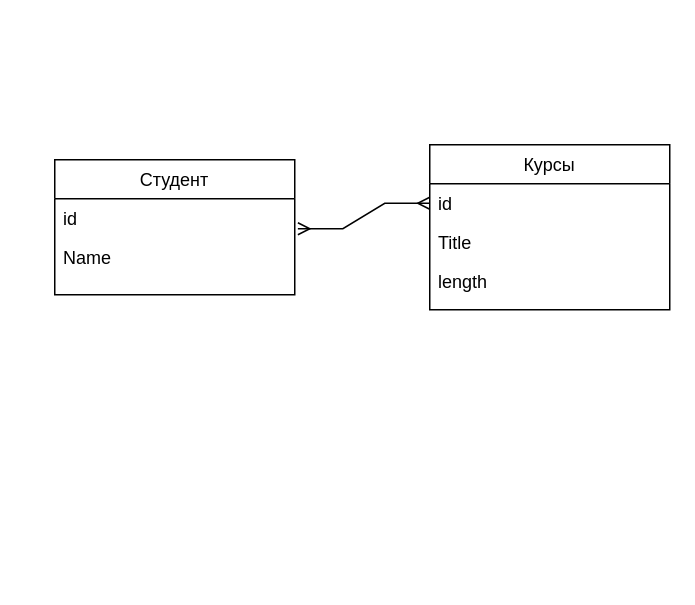
Above: ER схема для тестового.drawio in pytonuserouner/UML_study (draw.io), before the change. Source tidied: cells renumbered, new cells numbered last; positions are measured from the earlier drawing's top-left corner, leaving out a move shared by most shapes. Both pictures are drawn from the tidied source at 150%, with x=0, y=0 at pixel (54, 144).
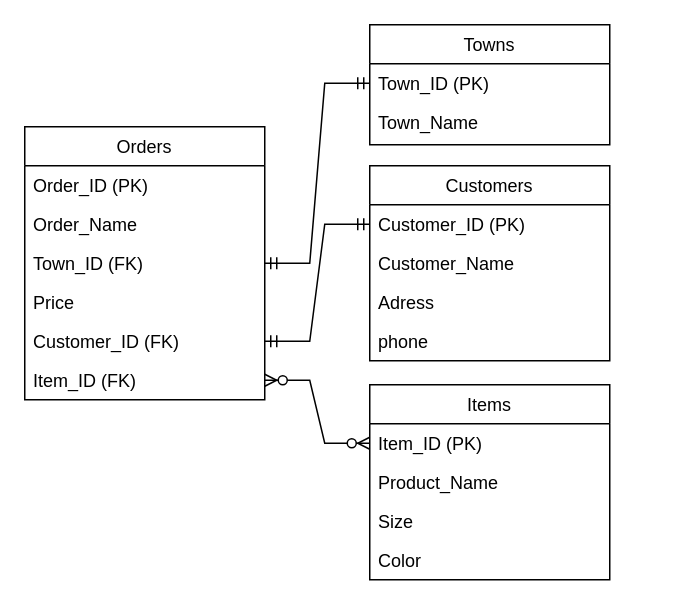
Above is the later version.

The edit, as a diff of the source:
```diff
@@
-    <mxCell id="2" value="Студент" style="swimlane;fontStyle=0;align=center;verticalAlign=top;horizontal=1;startSize=26;rounded=0;shadow=0;strokeWidth=1;" parent="1" vertex="1">
-      <mxGeometry y="10" width="160" height="90" as="geometry" />
+    <mxCell id="2" value="Orders" style="swimlane;fontStyle=0;align=center;verticalAlign=top;horizontal=1;startSize=26;rounded=0;shadow=0;strokeWidth=1;" parent="1" vertex="1">
+      <mxGeometry x="-20" y="-12" width="160" height="182" as="geometry" />
     </mxCell>
-    <mxCell id="3" value="id" style="text;align=left;verticalAlign=top;spacingLeft=4;spacingRight=4;overflow=hidden;points=[[0,0.5],[1,0.5]];portConstraint=eastwest;" parent="2" vertex="1">
+    <mxCell id="3" value="Order_ID (PK)" style="text;align=left;verticalAlign=top;spacingLeft=4;spacingRight=4;overflow=hidden;points=[[0,0.5],[1,0.5]];portConstraint=eastwest;" parent="2" vertex="1">
       <mxGeometry y="26" width="160" height="26" as="geometry" />
     </mxCell>
-    <mxCell id="4" value="Name" style="text;align=left;verticalAlign=top;spacingLeft=4;spacingRight=4;overflow=hidden;rounded=0;shadow=0;html=0;" parent="2" vertex="1">
+    <mxCell id="4" value="Order_Name" style="text;align=left;verticalAlign=top;spacingLeft=4;spacingRight=4;overflow=hidden;rounded=0;shadow=0;html=0;" parent="2" vertex="1">
       <mxGeometry y="52" width="160" height="26" as="geometry" />
     </mxCell>
+    <mxCell id="10" value="Town_ID (FK)" style="text;align=left;verticalAlign=top;spacingLeft=4;spacingRight=4;overflow=hidden;points=[[0,0.5],[1,0.5]];portConstraint=eastwest;rounded=0;shadow=0;html=0;" parent="2" vertex="1">
+      <mxGeometry y="78" width="160" height="26" as="geometry" />
+    </mxCell>
+    <mxCell id="11" value="Price" style="text;align=left;verticalAlign=top;spacingLeft=4;spacingRight=4;overflow=hidden;rounded=0;shadow=0;html=0;" parent="2" vertex="1">
+      <mxGeometry y="104" width="160" height="26" as="geometry" />
+    </mxCell>
+    <mxCell id="12" value="Customer_ID (FK)" style="text;align=left;verticalAlign=top;spacingLeft=4;spacingRight=4;overflow=hidden;points=[[0,0.5],[1,0.5]];portConstraint=eastwest;rounded=0;shadow=0;html=0;" parent="2" vertex="1">
+      <mxGeometry y="130" width="160" height="26" as="geometry" />
+    </mxCell>
+    <mxCell id="13" value="Item_ID (FK)" style="text;align=left;verticalAlign=top;spacingLeft=4;spacingRight=4;overflow=hidden;points=[[0,0.5],[1,0.5]];portConstraint=eastwest;rounded=0;shadow=0;html=0;" parent="2" vertex="1">
+      <mxGeometry y="156" width="160" height="26" as="geometry" />
+    </mxCell>
-    <mxCell id="5" value="Курсы" style="swimlane;fontStyle=0;align=center;verticalAlign=top;horizontal=1;startSize=26;rounded=0;shadow=0;strokeWidth=1;" parent="1" vertex="1">
-      <mxGeometry x="250" width="160" height="110" as="geometry" />
+    <mxCell id="5" value="Towns" style="swimlane;fontStyle=0;align=center;verticalAlign=top;horizontal=1;startSize=26;rounded=0;shadow=0;strokeWidth=1;" parent="1" vertex="1">
+      <mxGeometry x="210" y="-80" width="160" height="80" as="geometry" />
     </mxCell>
-    <mxCell id="6" value="id" style="text;align=left;verticalAlign=top;spacingLeft=4;spacingRight=4;overflow=hidden;points=[[0,0.5],[1,0.5]];portConstraint=eastwest;" parent="5" vertex="1">
+    <mxCell id="6" value="Town_ID (PK)" style="text;align=left;verticalAlign=top;spacingLeft=4;spacingRight=4;overflow=hidden;points=[[0,0.5],[1,0.5]];portConstraint=eastwest;" parent="5" vertex="1">
       <mxGeometry y="26" width="160" height="26" as="geometry" />
     </mxCell>
-    <mxCell id="7" value="Title" style="text;align=left;verticalAlign=top;spacingLeft=4;spacingRight=4;overflow=hidden;rounded=0;shadow=0;html=0;" parent="5" vertex="1">
+    <mxCell id="7" value="Town_Name" style="text;align=left;verticalAlign=top;spacingLeft=4;spacingRight=4;overflow=hidden;rounded=0;shadow=0;html=0;" parent="5" vertex="1">
       <mxGeometry y="52" width="160" height="26" as="geometry" />
     </mxCell>
-    <mxCell id="8" value="length" style="text;align=left;verticalAlign=top;spacingLeft=4;spacingRight=4;overflow=hidden;rounded=0;shadow=0;html=0;" parent="5" vertex="1">
-      <mxGeometry y="78" width="160" height="22" as="geometry" />
-    </mxCell>
-    <mxCell id="9" style="edgeStyle=entityRelationEdgeStyle;fontSize=12;html=1;endArrow=ERmany;startArrow=ERmany;rounded=0;exitX=1.013;exitY=0.769;exitDx=0;exitDy=0;exitPerimeter=0;entryX=0;entryY=0.5;entryDx=0;entryDy=0;" parent="1" edge="1" source="3" target="6">
-      <mxGeometry relative="1" as="geometry" />
-    </mxCell>
+    <mxCell id="14" value="Items" style="swimlane;fontStyle=0;align=center;verticalAlign=top;horizontal=1;startSize=26;rounded=0;shadow=0;strokeWidth=1;" parent="1" vertex="1">
+      <mxGeometry x="210" y="160" width="160" height="130" as="geometry" />
+    </mxCell>
+    <mxCell id="15" value="Item_ID (PK)" style="text;align=left;verticalAlign=top;spacingLeft=4;spacingRight=4;overflow=hidden;points=[[0,0.5],[1,0.5]];portConstraint=eastwest;" parent="14" vertex="1">
+      <mxGeometry y="26" width="160" height="26" as="geometry" />
+    </mxCell>
+    <mxCell id="16" value="Product_Name" style="text;align=left;verticalAlign=top;spacingLeft=4;spacingRight=4;overflow=hidden;rounded=0;shadow=0;html=0;" parent="14" vertex="1">
+      <mxGeometry y="52" width="160" height="26" as="geometry" />
+    </mxCell>
+    <mxCell id="17" value="Size" style="text;align=left;verticalAlign=top;spacingLeft=4;spacingRight=4;overflow=hidden;rounded=0;shadow=0;html=0;" parent="14" vertex="1">
+      <mxGeometry y="78" width="160" height="26" as="geometry" />
+    </mxCell>
+    <mxCell id="18" value="Color" style="text;align=left;verticalAlign=top;spacingLeft=4;spacingRight=4;overflow=hidden;rounded=0;shadow=0;html=0;" parent="14" vertex="1">
+      <mxGeometry y="104" width="160" height="26" as="geometry" />
+    </mxCell>
+    <mxCell id="19" value="Customers" style="swimlane;fontStyle=0;align=center;verticalAlign=top;horizontal=1;startSize=26;rounded=0;shadow=0;strokeWidth=1;" parent="1" vertex="1">
+      <mxGeometry x="210" y="14" width="160" height="130" as="geometry" />
+    </mxCell>
+    <mxCell id="20" value="Customer_ID (PK)" style="text;align=left;verticalAlign=top;spacingLeft=4;spacingRight=4;overflow=hidden;points=[[0,0.5],[1,0.5]];portConstraint=eastwest;" parent="19" vertex="1">
+      <mxGeometry y="26" width="160" height="26" as="geometry" />
+    </mxCell>
+    <mxCell id="21" value="Customer_Name" style="text;align=left;verticalAlign=top;spacingLeft=4;spacingRight=4;overflow=hidden;rounded=0;shadow=0;html=0;" parent="19" vertex="1">
+      <mxGeometry y="52" width="160" height="26" as="geometry" />
+    </mxCell>
+    <mxCell id="22" value="Adress" style="text;align=left;verticalAlign=top;spacingLeft=4;spacingRight=4;overflow=hidden;rounded=0;shadow=0;html=0;" parent="19" vertex="1">
+      <mxGeometry y="78" width="160" height="26" as="geometry" />
+    </mxCell>
+    <mxCell id="23" value="phone" style="text;align=left;verticalAlign=top;spacingLeft=4;spacingRight=4;overflow=hidden;rounded=0;shadow=0;html=0;" parent="19" vertex="1">
+      <mxGeometry y="104" width="160" height="26" as="geometry" />
+    </mxCell>
+    <mxCell id="24" style="edgeStyle=entityRelationEdgeStyle;fontSize=12;html=1;endArrow=ERmandOne;startArrow=ERmandOne;rounded=0;exitX=1;exitY=0.5;exitDx=0;exitDy=0;entryX=0;entryY=0.5;entryDx=0;entryDy=0;" parent="1" edge="1" source="10" target="6">
+      <mxGeometry relative="1" as="geometry" />
+    </mxCell>
+    <mxCell id="25" style="edgeStyle=entityRelationEdgeStyle;fontSize=12;html=1;endArrow=ERmandOne;startArrow=ERmandOne;rounded=0;exitX=1;exitY=0.5;exitDx=0;exitDy=0;entryX=0;entryY=0.5;entryDx=0;entryDy=0;" parent="1" edge="1" source="12" target="20">
+      <mxGeometry relative="1" as="geometry" />
+    </mxCell>
+    <mxCell id="26" style="edgeStyle=entityRelationEdgeStyle;fontSize=12;html=1;endArrow=ERzeroToMany;endFill=1;startArrow=ERzeroToMany;rounded=0;entryX=0;entryY=0.5;entryDx=0;entryDy=0;exitX=1;exitY=0.5;exitDx=0;exitDy=0;" parent="1" edge="1" source="13" target="15">
+      <mxGeometry relative="1" as="geometry" />
+    </mxCell>
```
